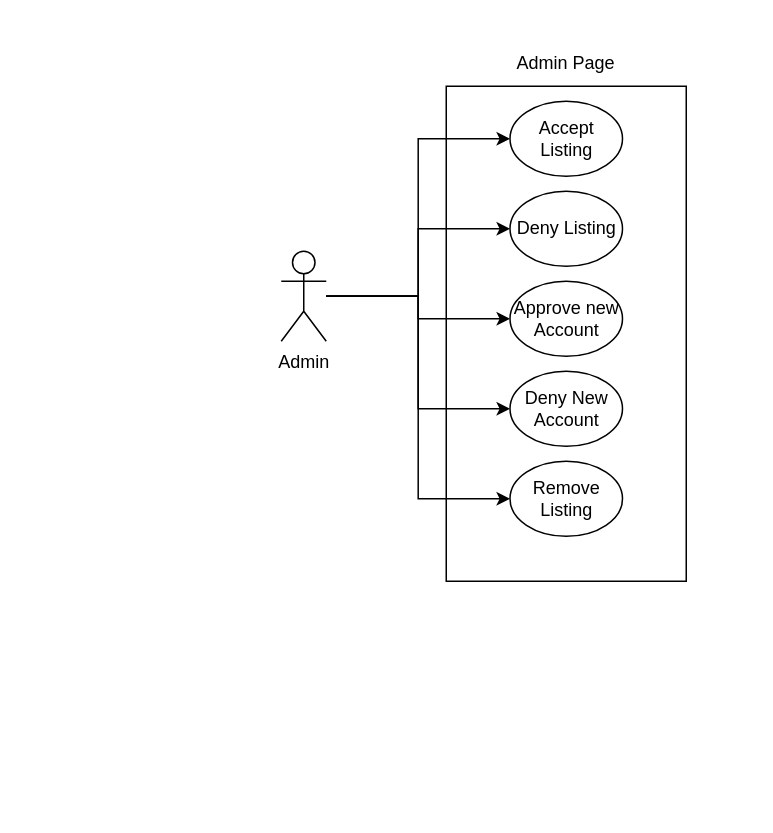
Above: AdminpageUCD.drawio in AlexTheVeil/IntrotoSEProject (draw.io), before the change. Source tidied: cells renumbered, new cells numbered last; positions are measured from the earlier drawing's top-left corner, leaving out a move shared by most shapes. Both pictures are drawn from the tidied source at 150%, with x=0, y=0 at pixel (280, 40).
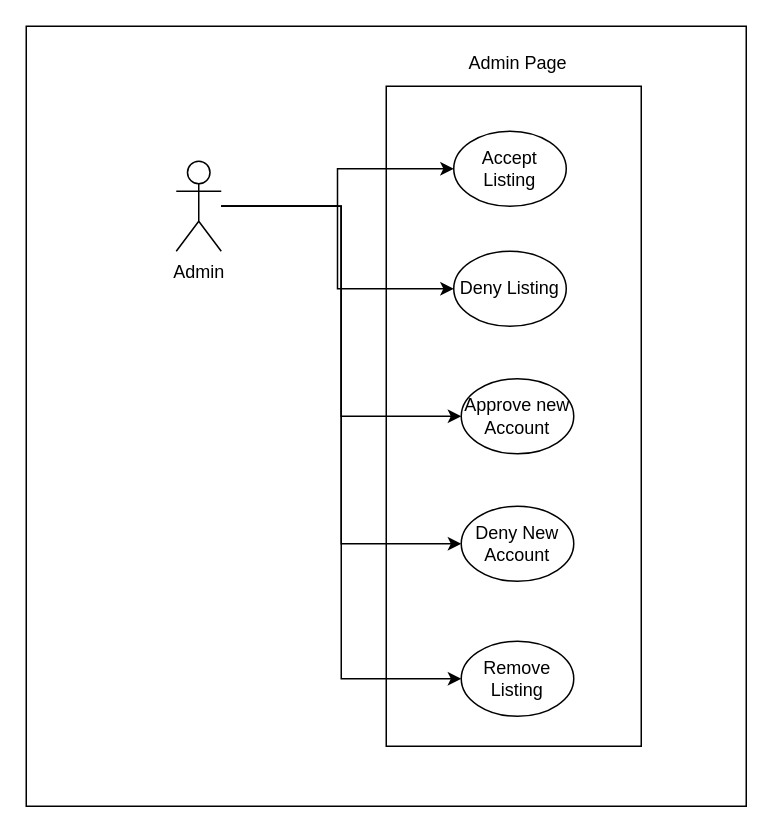
The same page after the edit.

The edit, as a diff of the source:
```diff
@@
 <mxGraphModel>
   <root>
     <mxCell id="0" />
     <mxCell id="1" parent="0" />
-    <mxCell id="2" style="rounded=0;whiteSpace=wrap;html=1;" parent="1" vertex="1">
-      <mxGeometry x="110" y="30" width="160" height="330" as="geometry" />
-    </mxCell>
+    <mxCell id="15" style="rounded=0;whiteSpace=wrap;html=1;" parent="1" vertex="1">
+      <mxGeometry x="-170" y="-10" width="480" height="520" as="geometry" />
+    </mxCell>
+    <mxCell id="16" style="rounded=0;whiteSpace=wrap;html=1;" parent="1" vertex="1">
+      <mxGeometry x="70" y="30" width="170" height="440" as="geometry" />
+    </mxCell>
     <mxCell id="3" style="edgeStyle=orthogonalEdgeStyle;rounded=0;jettySize=auto;html=1;entryX=0;entryY=0.5;entryDx=0;entryDy=0;" parent="1" edge="1" source="8" target="10">
       <mxGeometry relative="1" as="geometry" />
     </mxCell>
     <mxCell id="4" style="edgeStyle=orthogonalEdgeStyle;rounded=0;jettySize=auto;html=1;entryX=0;entryY=0.5;entryDx=0;entryDy=0;" parent="1" edge="1" source="8" target="13">
       <mxGeometry relative="1" as="geometry" />
     </mxCell>
     <mxCell id="5" style="edgeStyle=orthogonalEdgeStyle;rounded=0;jettySize=auto;html=1;entryX=0;entryY=0.5;entryDx=0;entryDy=0;" parent="1" edge="1" source="8" target="12">
       <mxGeometry relative="1" as="geometry" />
     </mxCell>
     <mxCell id="6" style="edgeStyle=orthogonalEdgeStyle;rounded=0;jettySize=auto;html=1;entryX=0;entryY=0.5;entryDx=0;entryDy=0;" parent="1" edge="1" source="8" target="11">
       <mxGeometry relative="1" as="geometry" />
     </mxCell>
     <mxCell id="7" style="edgeStyle=orthogonalEdgeStyle;rounded=0;jettySize=auto;html=1;entryX=0;entryY=0.5;entryDx=0;entryDy=0;" parent="1" edge="1" source="8" target="14">
       <mxGeometry relative="1" as="geometry" />
     </mxCell>
     <mxCell id="8" value="Admin" style="shape=umlActor;verticalLabelPosition=bottom;verticalAlign=top;html=1;outlineConnect=0;" parent="1" vertex="1">
-      <mxGeometry y="140" width="30" height="60" as="geometry" />
+      <mxGeometry x="-70" y="80" width="30" height="60" as="geometry" />
     </mxCell>
     <mxCell id="9" value="Admin Page" style="text;html=1;align=center;verticalAlign=middle;whiteSpace=wrap;rounded=0;" parent="1" vertex="1">
-      <mxGeometry x="145" width="90" height="30" as="geometry" />
+      <mxGeometry x="97.5" width="120" height="30" as="geometry" />
     </mxCell>
     <mxCell id="10" value="Accept Listing" style="ellipse;whiteSpace=wrap;html=1;" parent="1" vertex="1">
-      <mxGeometry x="152.5" y="40" width="75" height="50" as="geometry" />
+      <mxGeometry x="115" y="60" width="75" height="50" as="geometry" />
     </mxCell>
+    <mxCell id="13" value="Deny Listing" style="ellipse;whiteSpace=wrap;html=1;" parent="1" vertex="1">
+      <mxGeometry x="115" y="140" width="75" height="50" as="geometry" />
+    </mxCell>
+    <mxCell id="12" value="Approve new Account" style="ellipse;whiteSpace=wrap;html=1;" parent="1" vertex="1">
+      <mxGeometry x="120" y="225" width="75" height="50" as="geometry" />
+    </mxCell>
     <mxCell id="11" value="Deny New Account" style="ellipse;whiteSpace=wrap;html=1;" parent="1" vertex="1">
-      <mxGeometry x="152.5" y="220" width="75" height="50" as="geometry" />
+      <mxGeometry x="120" y="310" width="75" height="50" as="geometry" />
     </mxCell>
-    <mxCell id="12" value="Approve new Account" style="ellipse;whiteSpace=wrap;html=1;" parent="1" vertex="1">
-      <mxGeometry x="152.5" y="160" width="75" height="50" as="geometry" />
-    </mxCell>
-    <mxCell id="13" value="Deny Listing" style="ellipse;whiteSpace=wrap;html=1;" parent="1" vertex="1">
-      <mxGeometry x="152.5" y="100" width="75" height="50" as="geometry" />
-    </mxCell>
     <mxCell id="14" value="Remove Listing" style="ellipse;whiteSpace=wrap;html=1;" parent="1" vertex="1">
-      <mxGeometry x="152.5" y="280" width="75" height="50" as="geometry" />
+      <mxGeometry x="120" y="400" width="75" height="50" as="geometry" />
     </mxCell>
   </root>
 </mxGraphModel>
```
